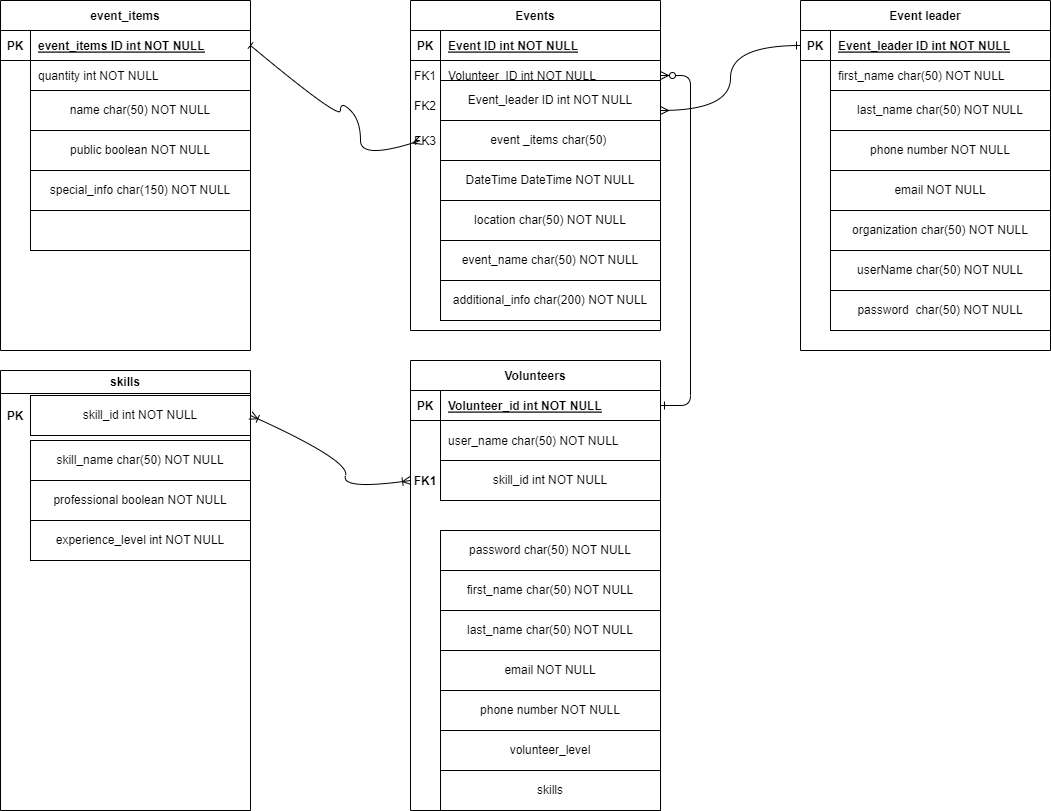
Above: eventDB.drawio.png in sa24700/capstone (draw.io), before the change. Source tidied: cells renumbered, new cells last; positions are measured from the earlier drawing's top-left corner, leaving out a move shared by most shapes.
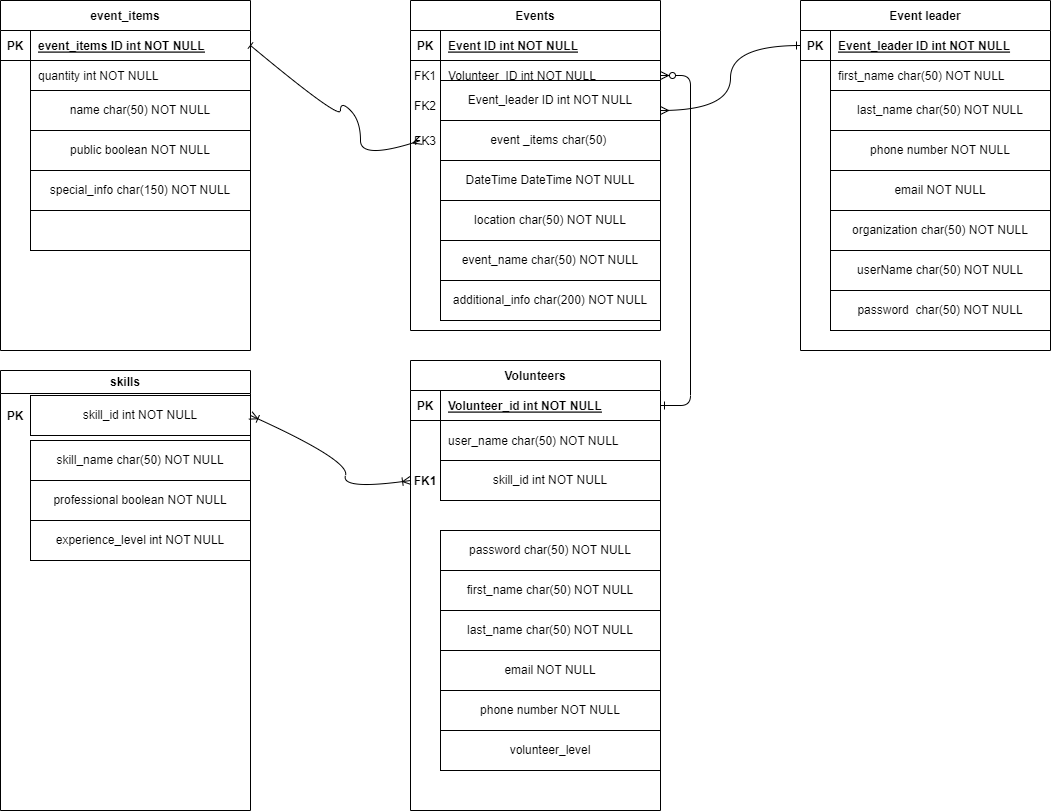
The same file after the commit.

Diff of the diagram source:
```diff
@@ -134,9 +134,6 @@
     <mxCell id="45" value="volunteer_level" style="whiteSpace=wrap;html=1;" parent="1" vertex="1">
       <mxGeometry x="440" y="730" width="220" height="40" as="geometry" />
     </mxCell>
-    <mxCell id="46" value="skills" style="whiteSpace=wrap;html=1;" parent="1" vertex="1">
-      <mxGeometry x="440" y="770" width="220" height="40" as="geometry" />
-    </mxCell>
     <mxCell id="47" value="event_items" style="shape=table;startSize=30;rowLines=0;fontStyle=1;align=center;" parent="1" vertex="1">
       <mxGeometry width="250" height="350" as="geometry" />
     </mxCell>
```
